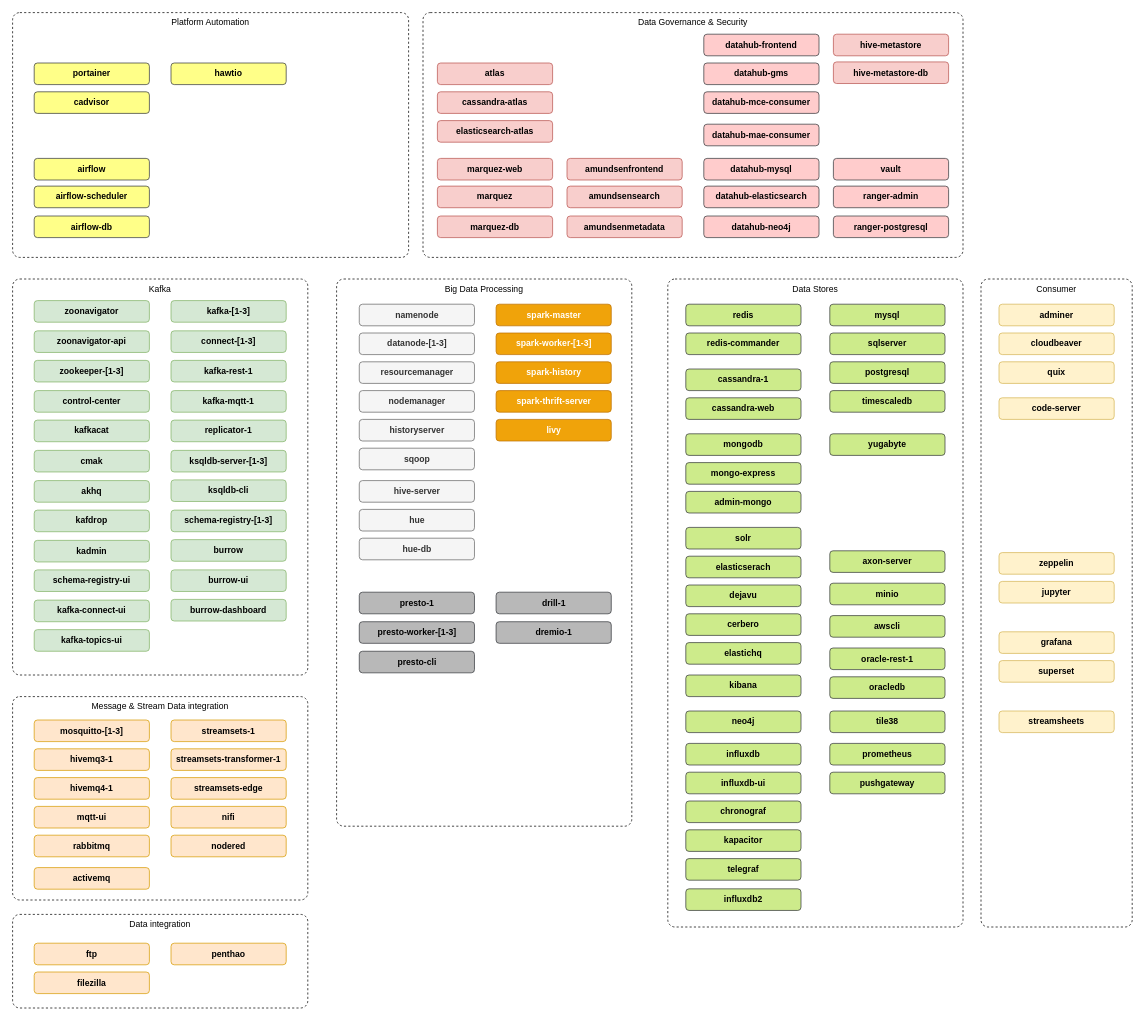
The draw.io diagram page "Services" (1 of 4) of documentation/drawio/modern-data-platform.drawio in TrivadisPF/platys-modern-data-platform, before the edit. Source tidied: cells renumbered, new cells numbered last; positions are measured from the earlier drawing's top-left corner, leaving out a move shared by most shapes. Both pictures are drawn from the tidied source at 72%, with x=0, y=0 at pixel (12, 12).
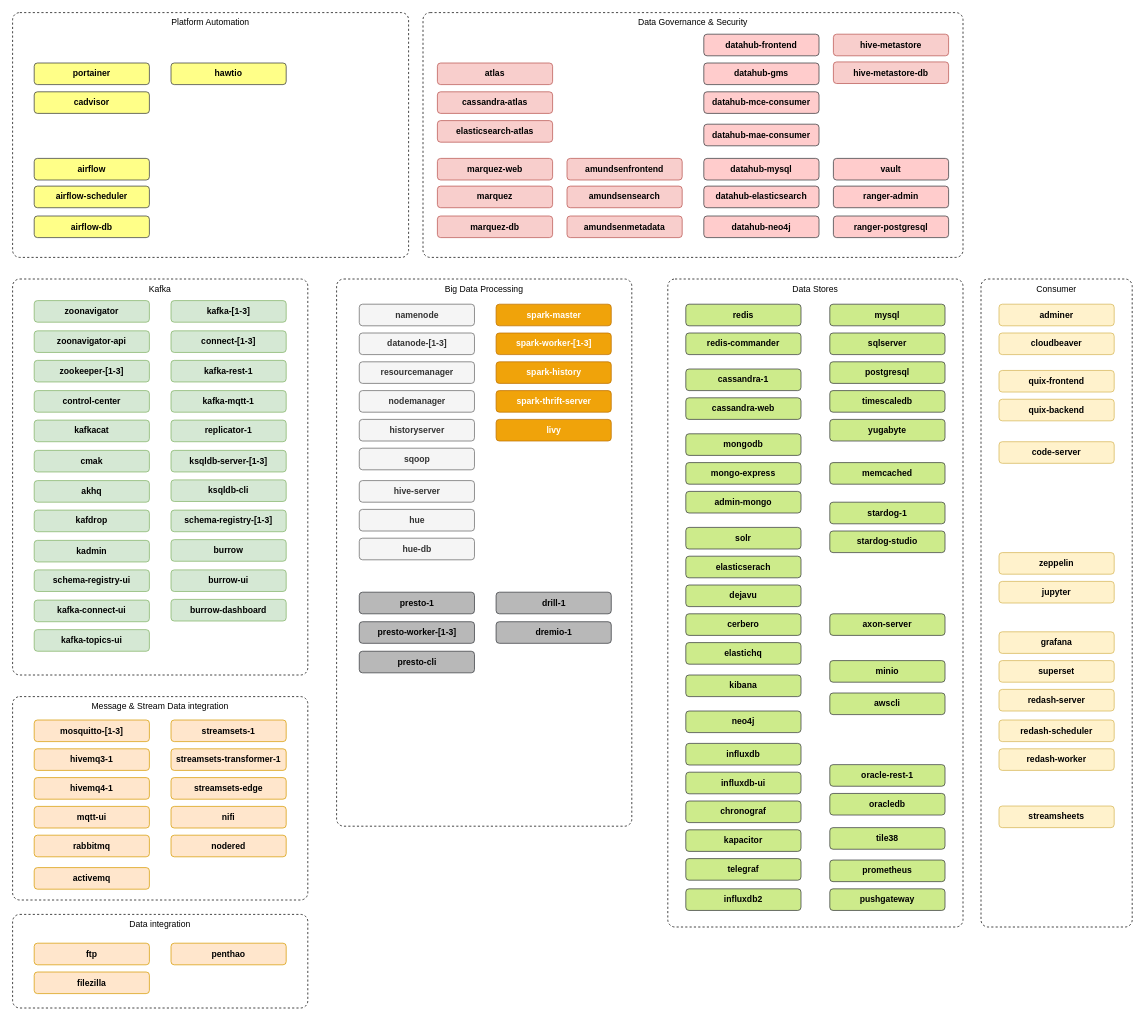
The same page after the edit.

The edit, as a diff of the source:
```diff
@@
     <mxCell id="79" value="&lt;span&gt;prometheus&lt;/span&gt;" style="rounded=1;whiteSpace=wrap;html=1;fillColor=#cdeb8b;strokeColor=#36393d;fontStyle=1;" parent="1" vertex="1">
-      <mxGeometry x="1135" y="1015" width="160" height="30" as="geometry" />
+      <mxGeometry x="1135" y="1177" width="160" height="30" as="geometry" />
     </mxCell>
     <mxCell id="80" value="&lt;span&gt;pushgateway&lt;/span&gt;" style="rounded=1;whiteSpace=wrap;html=1;fillColor=#cdeb8b;strokeColor=#36393d;fontStyle=1;" parent="1" vertex="1">
-      <mxGeometry x="1135" y="1055" width="160" height="30" as="geometry" />
+      <mxGeometry x="1135" y="1217" width="160" height="30" as="geometry" />
     </mxCell>
     <mxCell id="81" value="&lt;span&gt;tile38&lt;/span&gt;" style="rounded=1;whiteSpace=wrap;html=1;fillColor=#cdeb8b;strokeColor=#36393d;fontStyle=1;" parent="1" vertex="1">
-      <mxGeometry x="1135" y="970" width="160" height="30" as="geometry" />
+      <mxGeometry x="1135" y="1132" width="160" height="30" as="geometry" />
     </mxCell>
@@
     <mxCell id="87" value="&lt;span&gt;axon-server&lt;/span&gt;" style="rounded=1;whiteSpace=wrap;html=1;fillColor=#cdeb8b;strokeColor=#36393d;fontStyle=1;" parent="1" vertex="1">
-      <mxGeometry x="1135" y="747.5" width="160" height="30" as="geometry" />
+      <mxGeometry x="1135" y="835" width="160" height="30" as="geometry" />
     </mxCell>
@@
     <mxCell id="95" value="&lt;span&gt;minio&lt;/span&gt;" style="rounded=1;whiteSpace=wrap;html=1;fillColor=#cdeb8b;strokeColor=#36393d;fontStyle=1;" parent="1" vertex="1">
-      <mxGeometry x="1135" y="792.5" width="160" height="30" as="geometry" />
+      <mxGeometry x="1135" y="900" width="160" height="30" as="geometry" />
     </mxCell>
     <mxCell id="96" value="&lt;span&gt;awscli&lt;/span&gt;" style="rounded=1;whiteSpace=wrap;html=1;fillColor=#cdeb8b;strokeColor=#36393d;fontStyle=1;" parent="1" vertex="1">
-      <mxGeometry x="1135" y="837.5" width="160" height="30" as="geometry" />
+      <mxGeometry x="1135" y="945" width="160" height="30" as="geometry" />
     </mxCell>
@@
     <mxCell id="101" value="&lt;span&gt;code-server&lt;/span&gt;" style="rounded=1;whiteSpace=wrap;html=1;fillColor=#fff2cc;strokeColor=#d6b656;fontStyle=1;" parent="1" vertex="1">
-      <mxGeometry x="1370" y="535" width="160" height="30" as="geometry" />
+      <mxGeometry x="1370" y="596" width="160" height="30" as="geometry" />
     </mxCell>
@@
     <mxCell id="113" value="&lt;span&gt;yugabyte&lt;/span&gt;" style="rounded=1;whiteSpace=wrap;html=1;fillColor=#cdeb8b;strokeColor=#36393d;fontStyle=1;" parent="1" vertex="1">
-      <mxGeometry x="1135" y="585" width="160" height="30" as="geometry" />
+      <mxGeometry x="1135" y="565" width="160" height="30" as="geometry" />
     </mxCell>
@@
     <mxCell id="116" value="&lt;span&gt;oracledb&lt;/span&gt;" style="rounded=1;whiteSpace=wrap;html=1;fillColor=#cdeb8b;strokeColor=#36393d;fontStyle=1;" parent="1" vertex="1">
-      <mxGeometry x="1135" y="922.5" width="160" height="30" as="geometry" />
+      <mxGeometry x="1135" y="1084.5" width="160" height="30" as="geometry" />
     </mxCell>
     <mxCell id="117" value="&lt;span&gt;oracle-rest-1&lt;/span&gt;" style="rounded=1;whiteSpace=wrap;html=1;fillColor=#cdeb8b;strokeColor=#36393d;fontStyle=1;" parent="1" vertex="1">
-      <mxGeometry x="1135" y="882.5" width="160" height="30" as="geometry" />
+      <mxGeometry x="1135" y="1044.5" width="160" height="30" as="geometry" />
     </mxCell>
@@
     <mxCell id="130" value="&lt;span&gt;streamsheets&lt;/span&gt;" style="rounded=1;whiteSpace=wrap;html=1;fillColor=#fff2cc;strokeColor=#d6b656;fontStyle=1;" parent="1" vertex="1">
-      <mxGeometry x="1370" y="970" width="160" height="30" as="geometry" />
+      <mxGeometry x="1370" y="1102" width="160" height="30" as="geometry" />
     </mxCell>
@@
-    <mxCell id="134" value="quix" style="rounded=1;whiteSpace=wrap;html=1;fillColor=#fff2cc;strokeColor=#d6b656;fontStyle=1;" parent="1" vertex="1">
-      <mxGeometry x="1370" y="485" width="160" height="30" as="geometry" />
+    <mxCell id="134" value="quix-frontend" style="rounded=1;whiteSpace=wrap;html=1;fillColor=#fff2cc;strokeColor=#d6b656;fontStyle=1;" parent="1" vertex="1">
+      <mxGeometry x="1370" y="497" width="160" height="30" as="geometry" />
     </mxCell>
@@
+    <mxCell id="136" value="&lt;span&gt;redash-server&lt;/span&gt;" style="rounded=1;whiteSpace=wrap;html=1;fillColor=#fff2cc;strokeColor=#d6b656;fontStyle=1;" parent="1" vertex="1">
+      <mxGeometry x="1370" y="940" width="160" height="30" as="geometry" />
+    </mxCell>
+    <mxCell id="137" value="&lt;span&gt;memcached&lt;/span&gt;" style="rounded=1;whiteSpace=wrap;html=1;fillColor=#cdeb8b;strokeColor=#36393d;fontStyle=1;" parent="1" vertex="1">
+      <mxGeometry x="1135" y="625" width="160" height="30" as="geometry" />
+    </mxCell>
+    <mxCell id="138" value="&lt;span&gt;stardog-1&lt;/span&gt;" style="rounded=1;whiteSpace=wrap;html=1;fillColor=#cdeb8b;strokeColor=#36393d;fontStyle=1;" parent="1" vertex="1">
+      <mxGeometry x="1135" y="680" width="160" height="30" as="geometry" />
+    </mxCell>
+    <mxCell id="139" value="&lt;span&gt;stardog-studio&lt;/span&gt;" style="rounded=1;whiteSpace=wrap;html=1;fillColor=#cdeb8b;strokeColor=#36393d;fontStyle=1;" parent="1" vertex="1">
+      <mxGeometry x="1135" y="720" width="160" height="30" as="geometry" />
+    </mxCell>
+    <mxCell id="140" value="&lt;span&gt;redash-scheduler&lt;/span&gt;" style="rounded=1;whiteSpace=wrap;html=1;fillColor=#fff2cc;strokeColor=#d6b656;fontStyle=1;" parent="1" vertex="1">
+      <mxGeometry x="1370" y="982.5" width="160" height="30" as="geometry" />
+    </mxCell>
+    <mxCell id="141" value="&lt;span&gt;redash-worker&lt;/span&gt;" style="rounded=1;whiteSpace=wrap;html=1;fillColor=#fff2cc;strokeColor=#d6b656;fontStyle=1;" parent="1" vertex="1">
+      <mxGeometry x="1370" y="1022.5" width="160" height="30" as="geometry" />
+    </mxCell>
+    <mxCell id="142" value="quix-backend" style="rounded=1;whiteSpace=wrap;html=1;fillColor=#fff2cc;strokeColor=#d6b656;fontStyle=1;" parent="1" vertex="1">
+      <mxGeometry x="1370" y="537" width="160" height="30" as="geometry" />
+    </mxCell>
```
